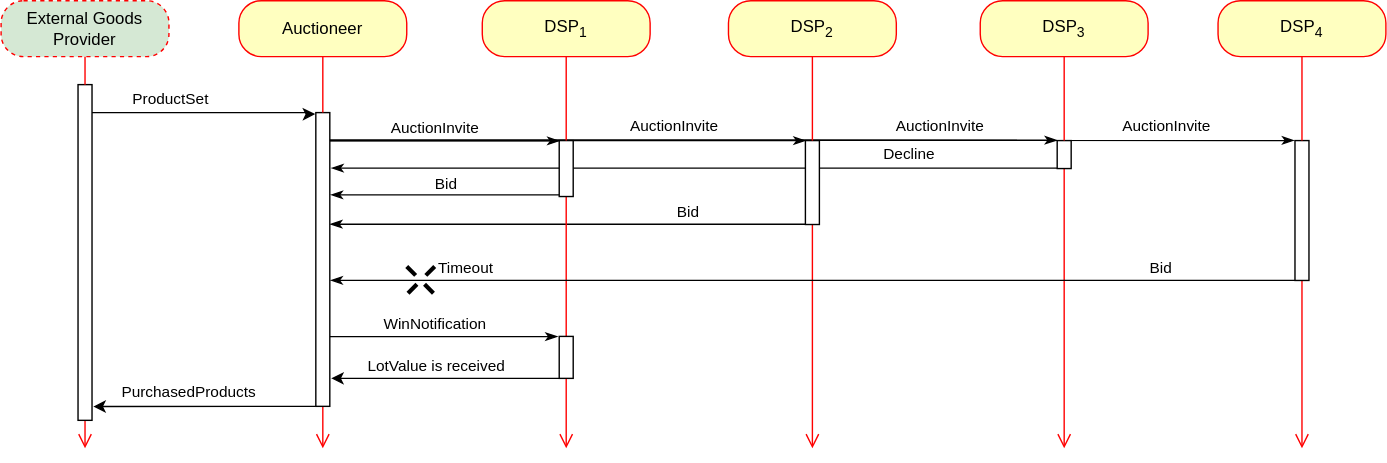
This is doc/ssp-with-external-system-relations.svg from RTB-Project/Auctioneer, a draw.io export, as it was before one commit. Source tidied: cells renumbered, new cells last; positions are measured from the earlier drawing's top-left corner, leaving out a move shared by most shapes.
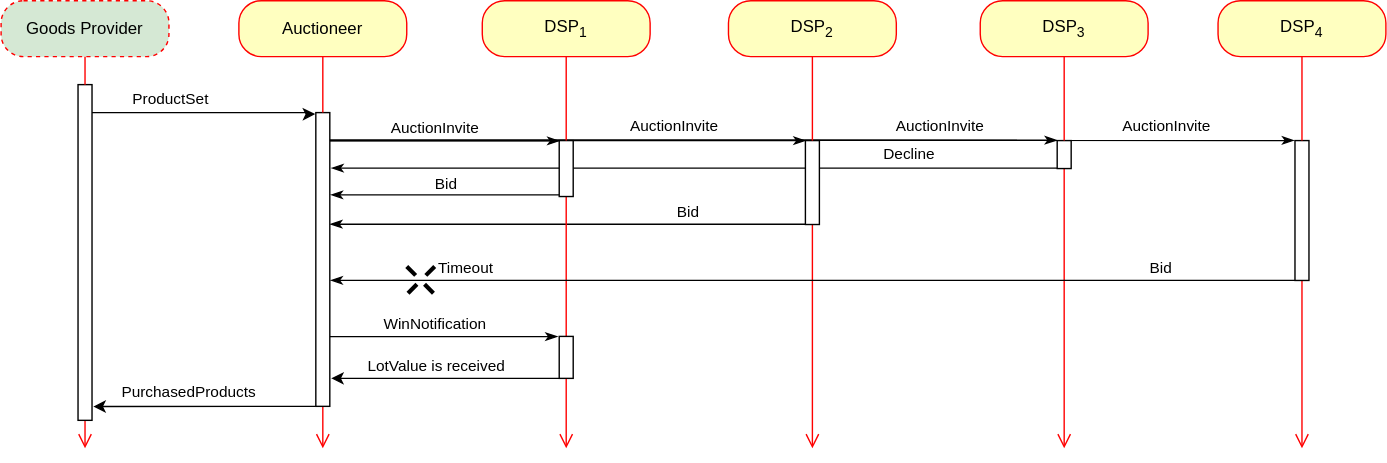
After the commit.

What changed in the source:
```diff
@@ -18,7 +18,7 @@
         <mxPoint x="8.8" y="-12" as="offset" />
       </mxGeometry>
     </mxCell>
-    <mxCell id="6" value="External Goods Provider" style="rounded=1;whiteSpace=wrap;html=1;arcSize=40;fontColor=#000000;strokeColor=#ff0000;dashed=1;fillColor=#D5E8D4;" parent="1" vertex="1">
+    <mxCell id="6" value="Goods Provider" style="rounded=1;whiteSpace=wrap;html=1;arcSize=40;fontColor=#000000;strokeColor=#ff0000;dashed=1;fillColor=#D5E8D4;" parent="1" vertex="1">
       <mxGeometry width="120" height="40" as="geometry" />
     </mxCell>
     <mxCell id="7" style="edgeStyle=orthogonalEdgeStyle;html=1;verticalAlign=bottom;endArrow=open;endSize=8;strokeColor=#ff0000;" parent="1" edge="1" source="18">
```
